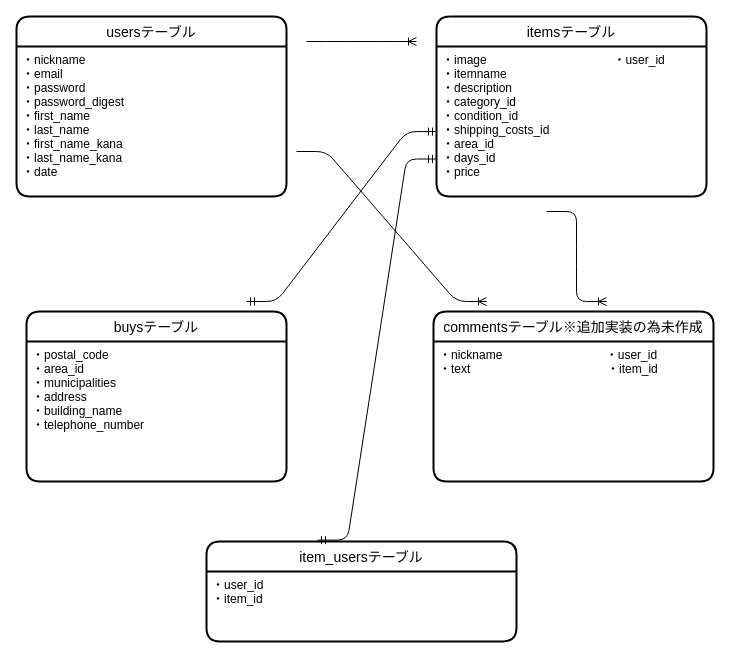
ayumi201604/furima-35492 keeps this draw.io diagram as app/er.dio. Above is the earlier version. Source tidied: cells renumbered, new cells numbered last; positions are measured from the earlier drawing's top-left corner, leaving out a move shared by most shapes. Both pictures are drawn from the tidied source at 100%, with x=0, y=0 at pixel (16, 16).
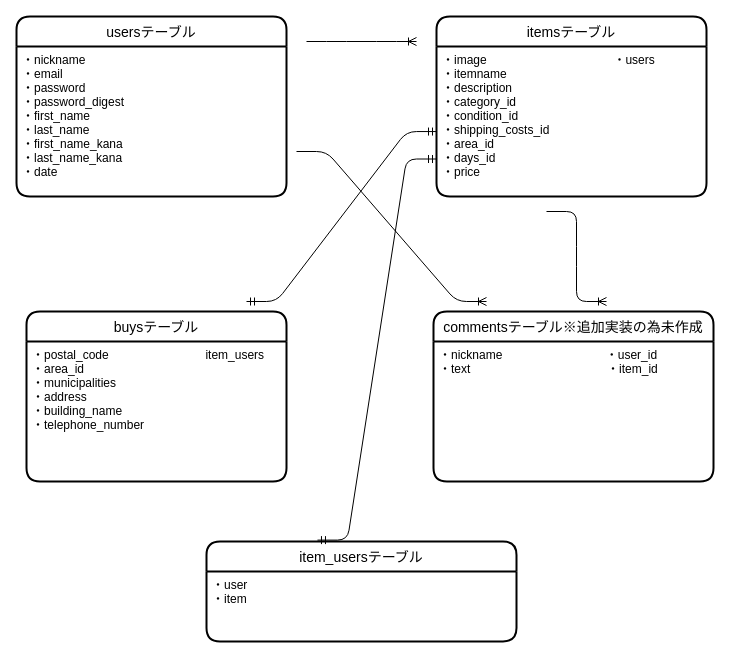
The same page after the edit.

The change refers to these unchanged cells:
```xml
<mxCell id="4" value="itemsテーブル" style="swimlane;horizontal=1;startSize=30;rounded=1;fontSize=14;fontStyle=0;strokeWidth=2;shadow=0;dashed=0;align=center;" parent="1" vertex="1">
  <mxGeometry x="420" width="270" height="180" as="geometry" />
</mxCell>
<mxCell id="8" value="buysテーブル" style="swimlane;horizontal=1;startSize=30;rounded=1;fontSize=14;fontStyle=0;strokeWidth=2;shadow=0;dashed=0;align=center;" parent="1" vertex="1">
  <mxGeometry x="10" y="295" width="260" height="170" as="geometry" />
</mxCell>
<mxCell id="14" value="item_usersテーブル" style="swimlane;horizontal=1;startSize=30;rounded=1;fontSize=14;fontStyle=0;strokeWidth=2;shadow=0;dashed=0;align=center;" parent="1" vertex="1">
  <mxGeometry x="190" y="525" width="310" height="100" as="geometry" />
</mxCell>
```

The edit, as a diff of the source:
```diff
@@
-    <mxCell id="5" value="・image                                      ・user_id&#10;・itemname&#10;・description&#10;・category_id&#10;・condition_id&#10;・shipping_costs_id&#10;・area_id&#10;・days_id&#10;・price" style="align=left;strokeColor=none;fillColor=none;spacingLeft=4;fontSize=12;verticalAlign=top;" parent="4" vertex="1">
+    <mxCell id="5" value="・image                                      ・users&#10;・itemname&#10;・description&#10;・category_id&#10;・condition_id&#10;・shipping_costs_id&#10;・area_id&#10;・days_id&#10;・price" style="align=left;strokeColor=none;fillColor=none;spacingLeft=4;fontSize=12;verticalAlign=top;" parent="4" vertex="1">
       <mxGeometry y="30" width="270" height="150" as="geometry" />
     </mxCell>
@@
-    <mxCell id="9" value="・postal_code&#10;・area_id&#10;・municipalities&#10;・address&#10;・building_name&#10;・telephone_number&#10;" style="align=left;strokeColor=none;fillColor=none;spacingLeft=4;fontSize=12;verticalAlign=top;" parent="8" vertex="1">
+    <mxCell id="9" value="・postal_code                             item_users                             &#10;・area_id                                    &#10;・municipalities&#10;・address&#10;・building_name&#10;・telephone_number&#10;" style="align=left;strokeColor=none;fillColor=none;spacingLeft=4;fontSize=12;verticalAlign=top;" parent="8" vertex="1">
       <mxGeometry y="30" width="260" height="140" as="geometry" />
     </mxCell>
@@
-    <mxCell id="15" value="・user_id&#10;・item_id" style="align=left;strokeColor=none;fillColor=none;spacingLeft=4;fontSize=12;verticalAlign=top;" parent="14" vertex="1">
+    <mxCell id="15" value="・user&#10;・item" style="align=left;strokeColor=none;fillColor=none;spacingLeft=4;fontSize=12;verticalAlign=top;" parent="14" vertex="1">
       <mxGeometry y="30" width="310" height="70" as="geometry" />
     </mxCell>
```
